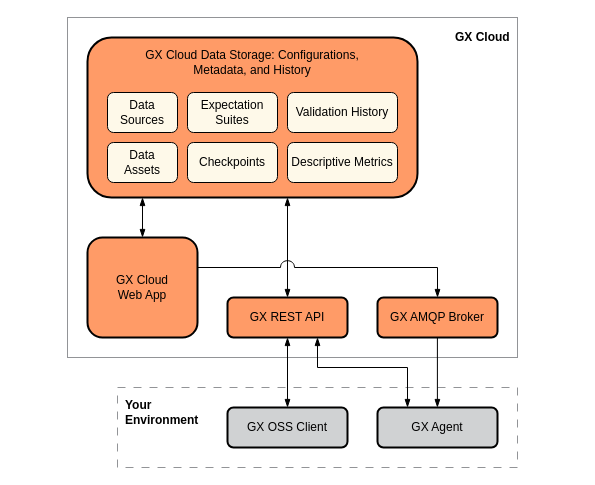
Above: page "gx-cloud-architecture" (1 of 4) of docs/docusaurus/docs/cloud/architecture_deployment_images/gx_cloud_architecture_and_deployment_diagrams.drawio in great-expectations/great_expectations (draw.io), before the change. Source tidied: cells renumbered, new cells numbered last; positions are measured from the earlier drawing's top-left corner, leaving out a move shared by most shapes. Both pictures are drawn from the tidied source at 100%, with x=0, y=0 at pixel (67, 17).
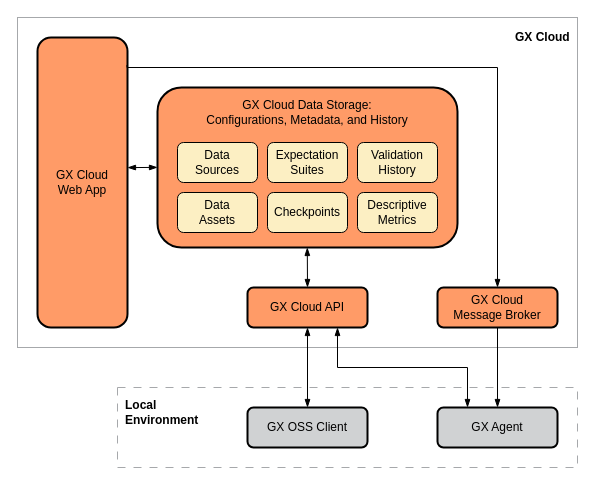
The same diagram, later.

The edit, as a diff of the source:
```diff
@@
-    <mxCell id="2" style="rounded=0;whiteSpace=wrap;html=1;strokeColor=#929497;fillColor=none;dashed=1;perimeterSpacing=0;dashPattern=8 8;" parent="1" vertex="1">
-      <mxGeometry x="50" y="370" width="400" height="80" as="geometry" />
+    <mxCell id="2" style="rounded=0;whiteSpace=wrap;html=1;strokeColor=#A6A8AB;fillColor=none;dashed=1;perimeterSpacing=0;dashPattern=8 8;" parent="1" vertex="1">
+      <mxGeometry x="50" y="370" width="460" height="80" as="geometry" />
     </mxCell>
-    <mxCell id="3" style="rounded=0;whiteSpace=wrap;html=1;strokeColor=#929497;fillColor=none;" parent="1" vertex="1">
-      <mxGeometry width="450" height="340" as="geometry" />
+    <mxCell id="3" style="rounded=0;whiteSpace=wrap;html=1;strokeColor=#A6A8AB;fillColor=none;" parent="1" vertex="1">
+      <mxGeometry x="-50" width="560" height="330" as="geometry" />
     </mxCell>
     <mxCell id="4" style="rounded=1;whiteSpace=wrap;html=1;strokeWidth=2;fillColor=#FF9B67;" parent="1" vertex="1">
-      <mxGeometry x="20" y="20" width="330" height="160" as="geometry" />
+      <mxGeometry x="90" y="70" width="300" height="160" as="geometry" />
     </mxCell>
-    <mxCell id="5" style="rounded=1;whiteSpace=wrap;html=1;glass=0;strokeWidth=2;fillColor=#D0D2D3;" parent="1" vertex="1">
-      <mxGeometry x="310" y="390" width="120" height="40" as="geometry" />
+    <mxCell id="5" value="GX Agent" style="rounded=1;whiteSpace=wrap;html=1;glass=0;strokeWidth=2;fillColor=#D0D2D3;" parent="1" vertex="1">
+      <mxGeometry x="370" y="390" width="120" height="40" as="geometry" />
     </mxCell>
-    <mxCell id="6" value="GX Agent" style="text;html=1;strokeColor=none;fillColor=none;align=center;verticalAlign=middle;whiteSpace=wrap;rounded=0;" parent="1" vertex="1">
-      <mxGeometry x="315" y="395" width="110" height="30" as="geometry" />
-    </mxCell>
-    <mxCell id="7" style="rounded=1;whiteSpace=wrap;html=1;fillColor=#d0d2d3;strokeWidth=2;" parent="1" vertex="1">
-      <mxGeometry x="160" y="390" width="120" height="40" as="geometry" />
+    <mxCell id="7" value="GX OSS Client" style="rounded=1;whiteSpace=wrap;html=1;fillColor=#d0d2d3;strokeWidth=2;" parent="1" vertex="1">
+      <mxGeometry x="180" y="390" width="120" height="40" as="geometry" />
     </mxCell>
-    <mxCell id="8" value="GX OSS Client" style="text;html=1;strokeColor=none;fillColor=none;align=center;verticalAlign=middle;whiteSpace=wrap;rounded=0;" parent="1" vertex="1">
-      <mxGeometry x="170" y="390" width="100" height="40" as="geometry" />
-    </mxCell>
-    <mxCell id="9" value="GX Cloud Data Storage: Configurations, Metadata, and History" style="text;html=1;strokeColor=none;fillColor=none;align=center;verticalAlign=middle;whiteSpace=wrap;rounded=0;" parent="1" vertex="1">
-      <mxGeometry x="55" y="20" width="260" height="50" as="geometry" />
+    <mxCell id="9" value="GX Cloud Data Storage:&lt;br&gt;Configurations, Metadata, and History" style="text;html=1;strokeColor=none;fillColor=none;align=center;verticalAlign=middle;whiteSpace=wrap;rounded=0;" parent="1" vertex="1">
+      <mxGeometry x="90" y="70" width="300" height="50" as="geometry" />
     </mxCell>
-    <mxCell id="10" style="rounded=1;whiteSpace=wrap;html=1;strokeWidth=2;fillColor=#FF9B67;" parent="1" vertex="1">
-      <mxGeometry x="20" y="220" width="110" height="100" as="geometry" />
+    <mxCell id="10" value="GX Cloud&lt;br&gt;Web App" style="rounded=1;whiteSpace=wrap;html=1;strokeWidth=2;fillColor=#FF9B67;" parent="1" vertex="1">
+      <mxGeometry x="-30" y="20" width="90" height="290" as="geometry" />
     </mxCell>
-    <mxCell id="11" value="GX Cloud&lt;br&gt;Web App" style="text;html=1;strokeColor=none;fillColor=none;align=center;verticalAlign=middle;whiteSpace=wrap;rounded=0;" parent="1" vertex="1">
-      <mxGeometry x="25" y="245" width="100" height="50" as="geometry" />
-    </mxCell>
-    <mxCell id="12" style="rounded=1;whiteSpace=wrap;html=1;strokeWidth=2;fillColor=#FF9B67;" parent="1" vertex="1">
-      <mxGeometry x="160" y="280" width="120" height="40" as="geometry" />
+    <mxCell id="12" value="GX Cloud API" style="rounded=1;whiteSpace=wrap;html=1;strokeWidth=2;fillColor=#FF9B67;" parent="1" vertex="1">
+      <mxGeometry x="180" y="270" width="120" height="40" as="geometry" />
     </mxCell>
@@
-    <mxCell id="14" value="GX REST API" style="text;html=1;strokeColor=none;fillColor=none;align=center;verticalAlign=middle;whiteSpace=wrap;rounded=0;" parent="1" vertex="1">
-      <mxGeometry x="175" y="285" width="90" height="30" as="geometry" />
-    </mxCell>
     <mxCell id="15" value="&lt;b&gt;GX Cloud&lt;/b&gt;" style="text;html=1;strokeColor=none;fillColor=none;align=left;verticalAlign=middle;whiteSpace=wrap;rounded=0;spacing=8;" parent="1" vertex="1">
-      <mxGeometry x="380" width="70" height="40" as="geometry" />
+      <mxGeometry x="440" width="70" height="40" as="geometry" />
     </mxCell>
-    <mxCell id="16" value="Data Sources" style="rounded=1;whiteSpace=wrap;html=1;fillColor=#fef9e9;" parent="1" vertex="1">
-      <mxGeometry x="40" y="75" width="70" height="40" as="geometry" />
+    <mxCell id="16" value="Data&lt;br&gt;Sources" style="rounded=1;whiteSpace=wrap;html=1;fillColor=#fcefc3;" parent="1" vertex="1">
+      <mxGeometry x="110" y="125" width="80" height="40" as="geometry" />
     </mxCell>
-    <mxCell id="17" value="Data&lt;br&gt;Assets" style="rounded=1;whiteSpace=wrap;html=1;fillColor=#FEF9E9;" parent="1" vertex="1">
-      <mxGeometry x="40" y="125" width="70" height="40" as="geometry" />
+    <mxCell id="17" value="Data&lt;br&gt;Assets" style="rounded=1;whiteSpace=wrap;html=1;fillColor=#FCEFC3;" parent="1" vertex="1">
+      <mxGeometry x="110" y="175" width="80" height="40" as="geometry" />
     </mxCell>
-    <mxCell id="18" value="Checkpoints" style="rounded=1;whiteSpace=wrap;html=1;fillColor=#FEF9E9;" parent="1" vertex="1">
-      <mxGeometry x="120" y="125" width="90" height="40" as="geometry" />
+    <mxCell id="18" value="Checkpoints" style="rounded=1;whiteSpace=wrap;html=1;fillColor=#FCEFC3;" parent="1" vertex="1">
+      <mxGeometry x="200" y="175" width="80" height="40" as="geometry" />
     </mxCell>
-    <mxCell id="19" value="Expectation Suites" style="rounded=1;whiteSpace=wrap;html=1;fillColor=#FEF9E9;" parent="1" vertex="1">
-      <mxGeometry x="120" y="75" width="90" height="40" as="geometry" />
+    <mxCell id="19" value="Expectation Suites" style="rounded=1;whiteSpace=wrap;html=1;fillColor=#FCEFC3;" parent="1" vertex="1">
+      <mxGeometry x="200" y="125" width="80" height="40" as="geometry" />
     </mxCell>
-    <mxCell id="20" value="Validation History" style="rounded=1;whiteSpace=wrap;html=1;fillColor=#FEF9E9;" parent="1" vertex="1">
-      <mxGeometry x="220" y="75" width="110" height="40" as="geometry" />
+    <mxCell id="20" value="Validation History" style="rounded=1;whiteSpace=wrap;html=1;fillColor=#FCEFC3;" parent="1" vertex="1">
+      <mxGeometry x="290" y="125" width="80" height="40" as="geometry" />
     </mxCell>
-    <mxCell id="21" value="Descriptive Metrics" style="rounded=1;whiteSpace=wrap;html=1;fillColor=#FEF9E9;" parent="1" vertex="1">
-      <mxGeometry x="220" y="125" width="110" height="40" as="geometry" />
+    <mxCell id="21" value="Descriptive Metrics" style="rounded=1;whiteSpace=wrap;html=1;fillColor=#FCEFC3;" parent="1" vertex="1">
+      <mxGeometry x="290" y="175" width="80" height="40" as="geometry" />
     </mxCell>
-    <mxCell id="22" style="rounded=1;whiteSpace=wrap;html=1;strokeWidth=2;fillColor=#FF9B67;" parent="1" vertex="1">
-      <mxGeometry x="310" y="280" width="120" height="40" as="geometry" />
+    <mxCell id="22" value="GX Cloud&lt;br&gt;Message Broker" style="rounded=1;whiteSpace=wrap;html=1;strokeWidth=2;fillColor=#FF9B67;" parent="1" vertex="1">
+      <mxGeometry x="370" y="270" width="120" height="40" as="geometry" />
     </mxCell>
-    <mxCell id="23" value="GX AMQP Broker" style="text;html=1;strokeColor=none;fillColor=none;align=center;verticalAlign=middle;whiteSpace=wrap;rounded=0;" parent="1" vertex="1">
-      <mxGeometry x="315" y="285" width="110" height="30" as="geometry" />
-    </mxCell>
-    <mxCell id="24" style="endArrow=blockThin;startArrow=blockThin;html=1;rounded=0;jumpStyle=none;startFill=1;endFill=1;" parent="1" edge="1">
+    <mxCell id="24" style="endArrow=blockThin;startArrow=blockThin;html=1;rounded=0;jumpStyle=none;startFill=1;endFill=1;exitX=0;exitY=0.5;exitDx=0;exitDy=0;" parent="1" edge="1">
       <mxGeometry relative="1" as="geometry">
-        <mxPoint x="75" y="180" as="sourcePoint" />
-        <mxPoint x="75" y="220" as="targetPoint" />
+        <mxPoint x="90" y="149.9" as="sourcePoint" />
+        <mxPoint x="60" y="150.1" as="targetPoint" />
       </mxGeometry>
     </mxCell>
-    <mxCell id="25" style="endArrow=blockThin;startArrow=blockThin;html=1;rounded=0;jumpStyle=none;endFill=1;startFill=1;" parent="1" edge="1">
+    <mxCell id="25" style="endArrow=blockThin;startArrow=blockThin;html=1;rounded=0;jumpStyle=none;endFill=1;startFill=1;entryX=0.5;entryY=0;entryDx=0;entryDy=0;" parent="1" edge="1" target="12">
       <mxGeometry relative="1" as="geometry">
-        <mxPoint x="220" y="180" as="sourcePoint" />
-        <mxPoint x="220" y="280" as="targetPoint" />
+        <mxPoint x="239.8" y="230" as="sourcePoint" />
       </mxGeometry>
     </mxCell>
-    <mxCell id="26" style="endArrow=blockThin;startArrow=none;html=1;rounded=0;edgeStyle=orthogonalEdgeStyle;entryX=0.5;entryY=0;entryDx=0;entryDy=0;startFill=0;jumpStyle=arc;jumpSize=14;exitX=1;exitY=0.25;exitDx=0;exitDy=0;endFill=1;" parent="1" edge="1" source="10" target="22">
+    <mxCell id="26" style="endArrow=blockThin;startArrow=none;html=1;rounded=0;edgeStyle=orthogonalEdgeStyle;startFill=0;jumpStyle=arc;jumpSize=14;endFill=1;exitX=0.994;exitY=0.095;exitDx=0;exitDy=0;exitPerimeter=0;entryX=0.5;entryY=0;entryDx=0;entryDy=0;" parent="1" edge="1" source="10" target="22">
       <mxGeometry relative="1" as="geometry">
         <Array as="points">
-          <mxPoint x="130" y="250" />
-          <mxPoint x="370" y="250" />
+          <mxPoint x="60" y="50" />
+          <mxPoint x="430" y="50" />
         </Array>
       </mxGeometry>
     </mxCell>
     <mxCell id="27" style="endArrow=blockThin;startArrow=blockThin;html=1;rounded=0;exitX=0.75;exitY=1;exitDx=0;exitDy=0;edgeStyle=orthogonalEdgeStyle;entryX=0.25;entryY=0;entryDx=0;entryDy=0;endFill=1;startFill=1;" parent="1" edge="1" source="12" target="5">
       <mxGeometry relative="1" as="geometry">
         <Array as="points">
-          <mxPoint x="250" y="350" />
-          <mxPoint x="340" y="350" />
+          <mxPoint x="270" y="350" />
+          <mxPoint x="400" y="350" />
         </Array>
       </mxGeometry>
     </mxCell>
-    <mxCell id="28" value="&lt;b&gt;Your Environment&lt;/b&gt;" style="text;html=1;strokeColor=none;fillColor=none;align=left;verticalAlign=middle;whiteSpace=wrap;rounded=0;spacing=8;" parent="1" vertex="1">
+    <mxCell id="28" value="&lt;b&gt;Local Environment&lt;/b&gt;" style="text;html=1;strokeColor=none;fillColor=none;align=left;verticalAlign=middle;whiteSpace=wrap;rounded=0;spacing=8;" parent="1" vertex="1">
       <mxGeometry x="50" y="370" width="90" height="50" as="geometry" />
     </mxCell>
-    <mxCell id="29" style="endArrow=blockThin;startArrow=none;html=1;rounded=0;exitX=0.5;exitY=1;exitDx=0;exitDy=0;edgeStyle=orthogonalEdgeStyle;entryX=0.5;entryY=0;entryDx=0;entryDy=0;endFill=1;startFill=0;" parent="1" edge="1">
-      <mxGeometry relative="1" as="geometry">
-        <mxPoint x="369.9" y="320" as="sourcePoint" />
-        <mxPoint x="369.9" y="390" as="targetPoint" />
-      </mxGeometry>
+    <mxCell id="29" style="endArrow=blockThin;startArrow=none;html=1;rounded=0;edgeStyle=orthogonalEdgeStyle;entryX=0.5;entryY=0;entryDx=0;entryDy=0;endFill=1;startFill=0;exitX=0.5;exitY=1;exitDx=0;exitDy=0;" parent="1" edge="1" source="22" target="5">
+      <mxGeometry relative="1" as="geometry" />
     </mxCell>
```
